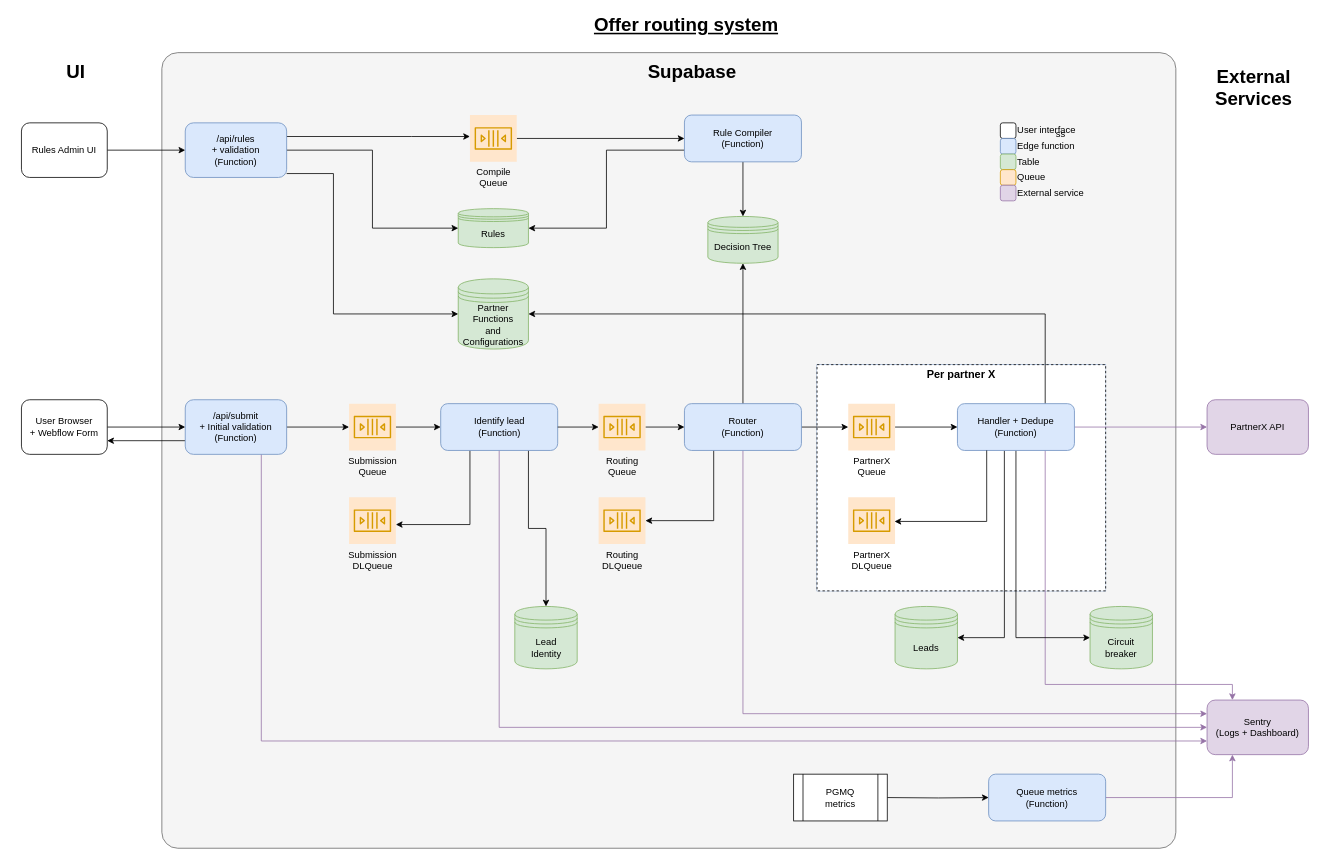
The draw.io diagram design.drawio in SamuelHerrera/offer-routing-system, before the edit. Source tidied: cells renumbered, new cells numbered last; positions are measured from the earlier drawing's top-left corner, leaving out a move shared by most shapes. Both pictures are drawn from the tidied source at 78%, with x=0, y=0 at pixel (13, 13).
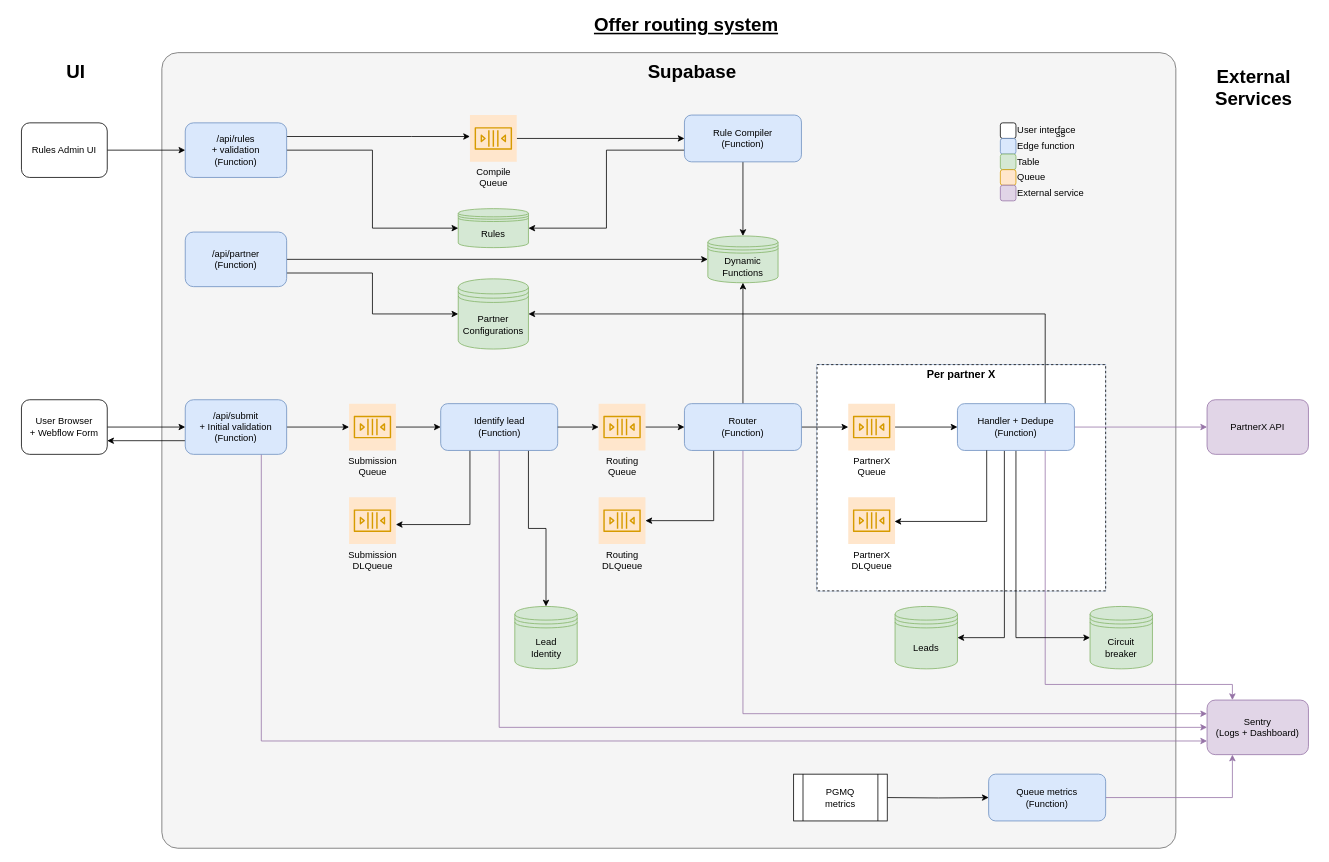
Above is the later version.

What changed in the source:
```diff
@@
-    <mxCell id="28" style="edgeStyle=orthogonalEdgeStyle;rounded=0;jettySize=auto;html=1;exitX=1;exitY=0.75;exitDx=0;exitDy=0;entryX=0;entryY=0.5;entryDx=0;entryDy=0;" parent="1" edge="1" target="80">
-      <mxGeometry relative="1" as="geometry">
-        <mxPoint x="350" y="205" as="sourcePoint" />
-        <Array as="points">
-          <mxPoint x="410" y="205" />
-          <mxPoint x="410" y="385" />
-        </Array>
-      </mxGeometry>
+    <mxCell id="28" style="edgeStyle=orthogonalEdgeStyle;rounded=0;jettySize=auto;html=1;exitX=1;exitY=0.75;exitDx=0;exitDy=0;entryX=0;entryY=0.5;entryDx=0;entryDy=0;" parent="1" edge="1" source="83" target="80">
+      <mxGeometry relative="1" as="geometry" />
     </mxCell>
@@
-    <mxCell id="32" value="Decision Tree" style="shape=datastore;whiteSpace=wrap;html=1;fontSize=12;fillColor=#d5e8d4;strokeColor=#82b366;" parent="1" vertex="1">
-      <mxGeometry x="890" y="260" width="90" height="60" as="geometry" />
+    <mxCell id="32" value="Dynamic&lt;div&gt;Functions&lt;/div&gt;" style="shape=datastore;whiteSpace=wrap;html=1;fontSize=12;fillColor=#d5e8d4;strokeColor=#82b366;" parent="1" vertex="1">
+      <mxGeometry x="890" y="285" width="90" height="60" as="geometry" />
     </mxCell>
@@
-    <mxCell id="80" value="Partner&lt;div&gt;Functions&lt;/div&gt;&lt;div&gt;and&lt;/div&gt;&lt;div&gt;Configurations&lt;/div&gt;" style="shape=datastore;whiteSpace=wrap;html=1;fontSize=12;fillColor=#d5e8d4;strokeColor=#82b366;" parent="1" vertex="1">
+    <mxCell id="80" value="Partner&lt;div&gt;Configurations&lt;/div&gt;" style="shape=datastore;whiteSpace=wrap;html=1;fontSize=12;fillColor=#d5e8d4;strokeColor=#82b366;" parent="1" vertex="1">
       <mxGeometry x="570" y="340" width="90" height="90" as="geometry" />
     </mxCell>
@@
+    <mxCell id="82" style="edgeStyle=orthogonalEdgeStyle;rounded=0;jettySize=auto;html=1;exitX=1;exitY=0.5;exitDx=0;exitDy=0;entryX=0;entryY=0.5;entryDx=0;entryDy=0;" parent="1" edge="1" source="83" target="32">
+      <mxGeometry relative="1" as="geometry" />
+    </mxCell>
+    <mxCell id="83" value="/api/partner&lt;div&gt;&lt;div&gt;(Function)&lt;/div&gt;&lt;/div&gt;" style="rounded=1;whiteSpace=wrap;html=1;fontSize=12;fillColor=#dae8fc;strokeColor=#6c8ebf;" parent="1" vertex="1">
+      <mxGeometry x="220" y="280" width="130" height="70" as="geometry" />
+    </mxCell>
```
